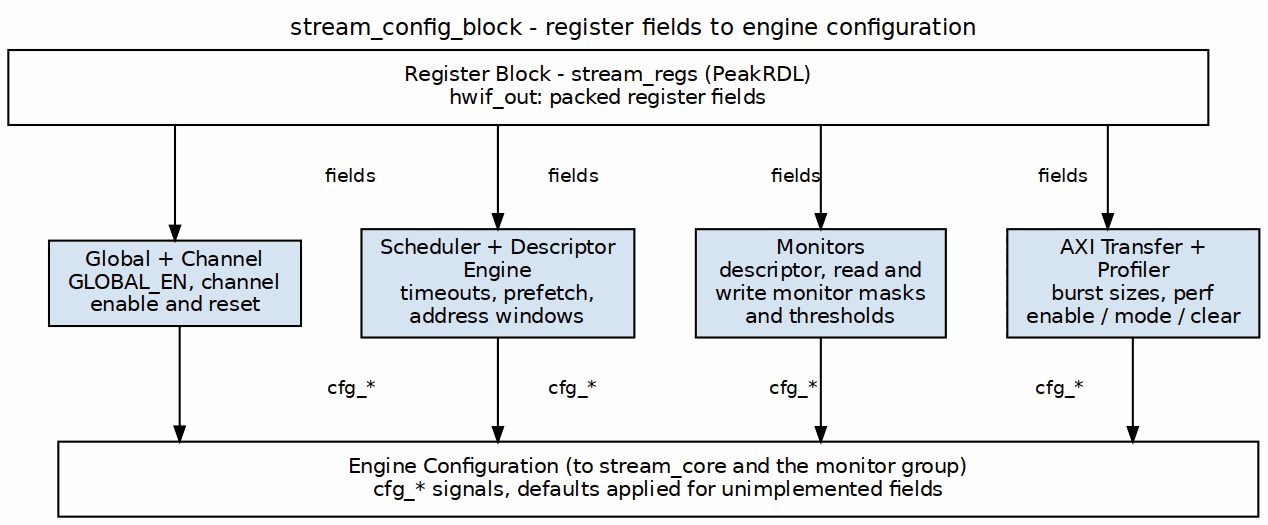
This is projects/components/dma-ip/stream/docs/stream_mas/assets/graphviz/14_stream_config_block.png from sean-galloway/RTLDesignSherpa, a Graphviz export, as it was before one commit. Its source is kept beside it as projects/components/dma-ip/stream/docs/stream_mas/assets/graphviz/14_stream_config_block.dot. The source it was exported from:
```dot
digraph stream_config_block {
    graph [rankdir=TB, bgcolor="white", fontname="Helvetica", fontsize=11,
           nodesep="0.40", ranksep="0.55", splines=ortho,
           label="stream_config_block - register fields to engine configuration", labelloc=t, labeljust=c];
    node  [fontname="Helvetica", fontsize=10, shape=box, style=filled,
           fillcolor="#D6E4F0", color="black", margin="0.12,0.06"];
    edge  [fontname="Helvetica", fontsize=9, color="black", arrowsize=0.7];

    regs [label="Register Block - stream_regs (PeakRDL)\nhwif_out: packed register fields", fillcolor="white", width=8.0];
    g1 [label="Global + Channel\nGLOBAL_EN, channel\nenable and reset"];
    g2 [label="Scheduler + Descriptor\nEngine\ntimeouts, prefetch,\naddress windows"];
    g3 [label="Monitors\ndescriptor, read and\nwrite monitor masks\nand thresholds"];
    g4 [label="AXI Transfer +\nProfiler\nburst sizes, perf\nenable / mode / clear"];
    bar [label="Engine Configuration (to stream_core and the monitor group)\ncfg_* signals, defaults applied for unimplemented fields", fillcolor="white", width=8.0];

    regs -> g1 [label="fields"]; regs -> g2 [label="fields"]; regs -> g3 [label="fields"]; regs -> g4 [label="fields"];
    g1 -> bar [label="cfg_*"]; g2 -> bar [label="cfg_*"]; g3 -> bar [label="cfg_*"]; g4 -> bar [label="cfg_*"];
    { rank=same; g1; g2; g3; g4; }
}
```
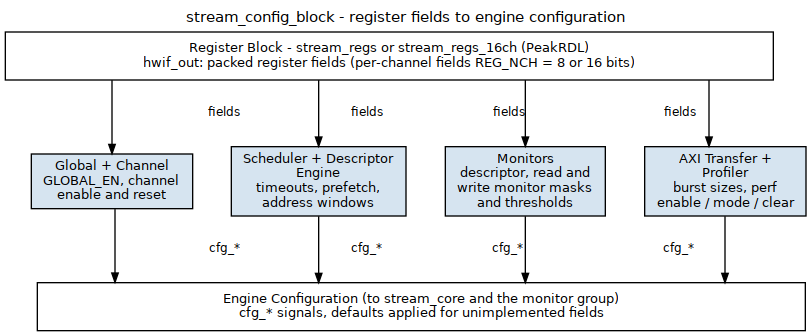
After the change.

Diff of the diagram source:
```diff
@@ -6,7 +6,7 @@
            fillcolor="#D6E4F0", color="black", margin="0.12,0.06"];
     edge  [fontname="Helvetica", fontsize=9, color="black", arrowsize=0.7];
 
-    regs [label="Register Block - stream_regs (PeakRDL)\nhwif_out: packed register fields", fillcolor="white", width=8.0];
+    regs [label="Register Block - stream_regs or stream_regs_16ch (PeakRDL)\nhwif_out: packed register fields (per-channel fields REG_NCH = 8 or 16 bits)", fillcolor="white", width=8.0];
     g1 [label="Global + Channel\nGLOBAL_EN, channel\nenable and reset"];
     g2 [label="Scheduler + Descriptor\nEngine\ntimeouts, prefetch,\naddress windows"];
     g3 [label="Monitors\ndescriptor, read and\nwrite monitor masks\nand thresholds"];
```
